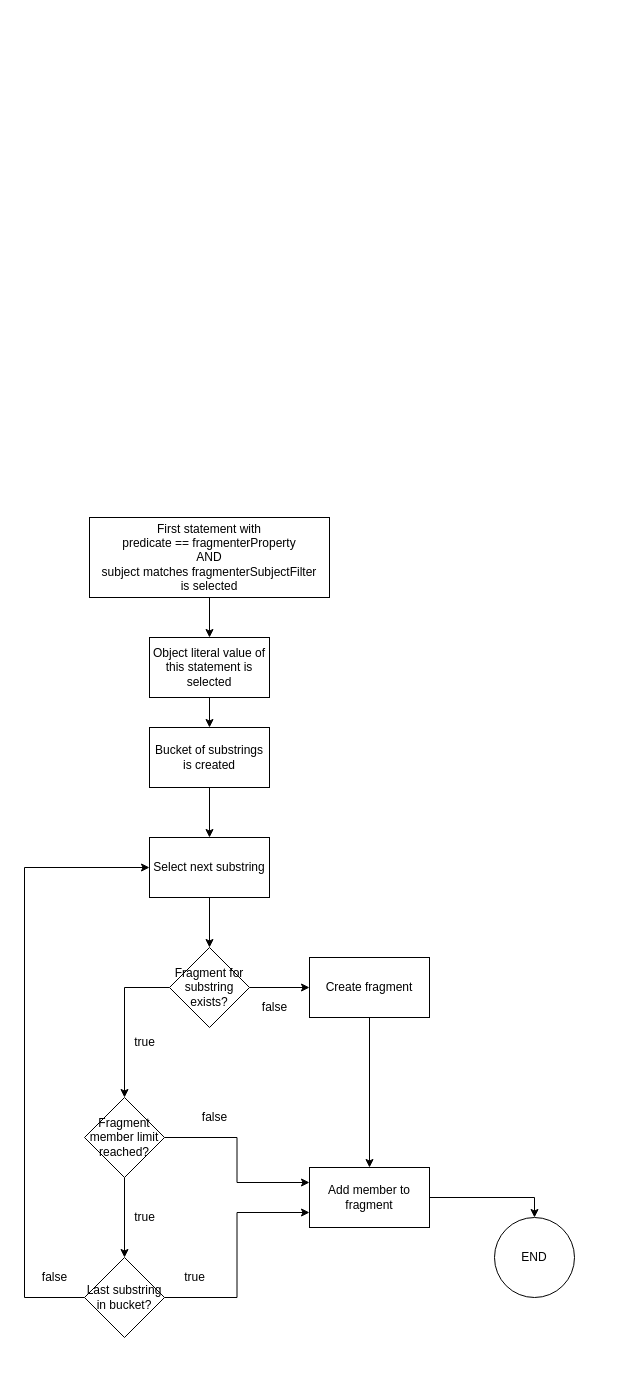
Earlier version of the draw.io diagram ldes-fragmentisers/ldes-fragmentisers-substring/content/substring_algorithm.drawio (Informatievlaanderen/VSDS-LDESServer4J). Source tidied: cells renumbered, new cells numbered last; positions are measured from the earlier drawing's top-left corner, leaving out a move shared by most shapes. Both pictures are drawn from the tidied source at 100%, with x=0, y=0 at pixel (24, 517).
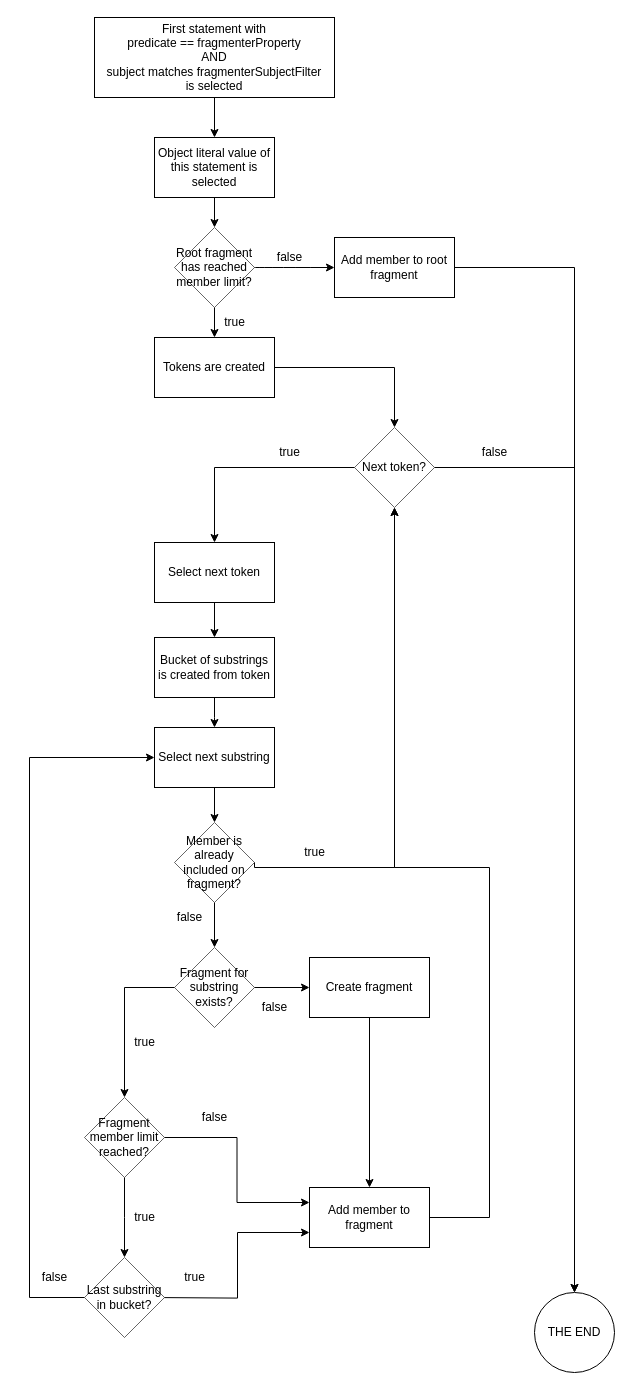
The same page after the edit.

Commit message (it also covers changes not shown here):
Update algorithm graph

Change to the diagram source:
```diff
@@
     <mxCell id="3" value="&lt;div&gt;First statement with &lt;br&gt;&lt;/div&gt;&lt;div&gt;predicate == fragmenterProperty&lt;/div&gt;&lt;div&gt;AND&lt;/div&gt;&lt;div&gt;subject matches fragmenterSubjectFilter&lt;/div&gt;&lt;div&gt;is selected&lt;br&gt;&lt;/div&gt;" style="rounded=0;whiteSpace=wrap;html=1;" parent="1" vertex="1">
-      <mxGeometry x="65" width="240" height="80" as="geometry" />
+      <mxGeometry x="70" y="-500" width="240" height="80" as="geometry" />
     </mxCell>
-    <mxCell id="4" style="edgeStyle=orthogonalEdgeStyle;rounded=0;jettySize=auto;html=1;" parent="1" edge="1" source="5" target="7">
-      <mxGeometry relative="1" as="geometry" />
-    </mxCell>
+    <mxCell id="30" style="edgeStyle=orthogonalEdgeStyle;rounded=0;jettySize=auto;html=1;" parent="1" edge="1" source="5" target="41">
+      <mxGeometry relative="1" as="geometry" />
+    </mxCell>
     <mxCell id="5" value="Object literal value of this statement is selected" style="rounded=0;whiteSpace=wrap;html=1;" parent="1" vertex="1">
-      <mxGeometry x="125" y="120" width="120" height="60" as="geometry" />
+      <mxGeometry x="130" y="-380" width="120" height="60" as="geometry" />
     </mxCell>
-    <mxCell id="6" style="edgeStyle=orthogonalEdgeStyle;rounded=0;jettySize=auto;html=1;" parent="1" edge="1" source="7" target="9">
-      <mxGeometry relative="1" as="geometry" />
-    </mxCell>
+    <mxCell id="31" style="edgeStyle=orthogonalEdgeStyle;rounded=0;jettySize=auto;html=1;" parent="1" edge="1" source="7">
+      <mxGeometry relative="1" as="geometry">
+        <mxPoint x="190" y="210" as="targetPoint" />
+      </mxGeometry>
+    </mxCell>
-    <mxCell id="7" value="Bucket of substrings is created" style="rounded=0;whiteSpace=wrap;html=1;" parent="1" vertex="1">
-      <mxGeometry x="125" y="210" width="120" height="60" as="geometry" />
+    <mxCell id="7" value="Bucket of substrings is created from token" style="rounded=0;whiteSpace=wrap;html=1;" parent="1" vertex="1">
+      <mxGeometry x="130" y="120" width="120" height="60" as="geometry" />
     </mxCell>
-    <mxCell id="8" style="edgeStyle=orthogonalEdgeStyle;rounded=0;jettySize=auto;html=1;" parent="1" edge="1" source="9" target="12">
-      <mxGeometry relative="1" as="geometry" />
-    </mxCell>
+    <mxCell id="32" style="edgeStyle=orthogonalEdgeStyle;rounded=0;jettySize=auto;html=1;" parent="1" edge="1" source="9" target="53">
+      <mxGeometry relative="1" as="geometry" />
+    </mxCell>
     <mxCell id="9" value="Select next substring" style="rounded=0;whiteSpace=wrap;html=1;" parent="1" vertex="1">
-      <mxGeometry x="125" y="320" width="120" height="60" as="geometry" />
+      <mxGeometry x="130" y="210" width="120" height="60" as="geometry" />
     </mxCell>
@@
-    <mxCell id="12" value="Fragment for substring exists?" style="rhombus;whiteSpace=wrap;html=1;rounded=0;" parent="1" vertex="1">
-      <mxGeometry x="145" y="430" width="80" height="80" as="geometry" />
+    <mxCell id="12" value="Fragment for substring exists?" style="rhombus;whiteSpace=wrap;html=1;rounded=0;opacity=60;" parent="1" vertex="1">
+      <mxGeometry x="150" y="430" width="80" height="80" as="geometry" />
     </mxCell>
@@
-    <mxCell id="14" style="edgeStyle=orthogonalEdgeStyle;rounded=0;jettySize=auto;html=1;" parent="1" edge="1" source="16" target="19">
-      <mxGeometry relative="1" as="geometry" />
+    <mxCell id="14" style="edgeStyle=orthogonalEdgeStyle;rounded=0;jettySize=auto;html=1;" parent="1" edge="1" source="16">
+      <mxGeometry relative="1" as="geometry">
+        <mxPoint x="100" y="740" as="targetPoint" />
+      </mxGeometry>
     </mxCell>
@@
-    <mxCell id="16" value="Fragment member limit reached?" style="rhombus;whiteSpace=wrap;html=1;" parent="1" vertex="1">
+    <mxCell id="16" value="Fragment member limit reached?" style="rhombus;whiteSpace=wrap;html=1;opacity=60;" parent="1" vertex="1">
       <mxGeometry x="60" y="580" width="80" height="80" as="geometry" />
     </mxCell>
-    <mxCell id="17" style="edgeStyle=orthogonalEdgeStyle;rounded=0;jettySize=auto;html=1;entryX=0;entryY=0.75;entryDx=0;entryDy=0;" parent="1" edge="1" source="19" target="26">
-      <mxGeometry relative="1" as="geometry" />
+    <mxCell id="17" style="edgeStyle=orthogonalEdgeStyle;rounded=0;jettySize=auto;html=1;entryX=0;entryY=0.75;entryDx=0;entryDy=0;" parent="1" edge="1" target="26">
+      <mxGeometry relative="1" as="geometry">
+        <mxPoint x="139.9" y="780.1" as="sourcePoint" />
+      </mxGeometry>
     </mxCell>
-    <mxCell id="18" style="edgeStyle=orthogonalEdgeStyle;rounded=0;jettySize=auto;html=1;entryX=0;entryY=0.5;entryDx=0;entryDy=0;" parent="1" edge="1" source="19" target="9">
+    <mxCell id="18" style="edgeStyle=orthogonalEdgeStyle;rounded=0;jettySize=auto;html=1;entryX=0;entryY=0.5;entryDx=0;entryDy=0;exitX=0;exitY=0.5;exitDx=0;exitDy=0;" parent="1" edge="1" source="19" target="9">
       <mxGeometry relative="1" as="geometry">
         <Array as="points">
-          <mxPoint y="780" />
-          <mxPoint y="350" />
+          <mxPoint x="5" y="780" />
+          <mxPoint x="5" y="240" />
         </Array>
       </mxGeometry>
     </mxCell>
-    <mxCell id="19" value="Last substring in bucket?" style="rhombus;whiteSpace=wrap;html=1;" parent="1" vertex="1">
+    <mxCell id="19" value="Last substring in bucket?" style="rhombus;whiteSpace=wrap;html=1;opacity=60;" parent="1" vertex="1">
       <mxGeometry x="60" y="740" width="80" height="80" as="geometry" />
     </mxCell>
@@
-    <mxCell id="22" value="END" style="ellipse;whiteSpace=wrap;html=1;" parent="1" vertex="1">
-      <mxGeometry x="470" y="700" width="80" height="80" as="geometry" />
-    </mxCell>
@@
-    <mxCell id="25" style="edgeStyle=orthogonalEdgeStyle;rounded=0;jettySize=auto;html=1;entryX=0.5;entryY=0;entryDx=0;entryDy=0;" parent="1" edge="1" source="26" target="22">
-      <mxGeometry relative="1" as="geometry" />
-    </mxCell>
+    <mxCell id="33" style="edgeStyle=orthogonalEdgeStyle;rounded=0;jettySize=auto;html=1;exitX=1;exitY=0.5;exitDx=0;exitDy=0;entryX=0.5;entryY=1;entryDx=0;entryDy=0;" parent="1" edge="1" source="26" target="38">
+      <mxGeometry relative="1" as="geometry">
+        <Array as="points">
+          <mxPoint x="465" y="700" />
+          <mxPoint x="465" y="350" />
+          <mxPoint x="370" y="350" />
+        </Array>
+      </mxGeometry>
+    </mxCell>
     <mxCell id="26" value="Add member to fragment" style="whiteSpace=wrap;html=1;" parent="1" vertex="1">
-      <mxGeometry x="285" y="650" width="120" height="60" as="geometry" />
+      <mxGeometry x="285" y="670" width="120" height="60" as="geometry" />
     </mxCell>
@@
+    <mxCell id="34" style="edgeStyle=orthogonalEdgeStyle;rounded=0;jettySize=auto;html=1;" parent="1" edge="1" source="35" target="38">
+      <mxGeometry relative="1" as="geometry" />
+    </mxCell>
+    <mxCell id="35" value="Tokens are created" style="whiteSpace=wrap;html=1;" parent="1" vertex="1">
+      <mxGeometry x="130" y="-180" width="120" height="60" as="geometry" />
+    </mxCell>
+    <mxCell id="36" style="edgeStyle=orthogonalEdgeStyle;rounded=0;jettySize=auto;html=1;exitX=1;exitY=0.5;exitDx=0;exitDy=0;entryX=0.5;entryY=0;entryDx=0;entryDy=0;" parent="1" edge="1" source="38" target="46">
+      <mxGeometry relative="1" as="geometry" />
+    </mxCell>
+    <mxCell id="37" style="edgeStyle=orthogonalEdgeStyle;rounded=0;jettySize=auto;html=1;" parent="1" edge="1" source="38" target="48">
+      <mxGeometry relative="1" as="geometry" />
+    </mxCell>
+    <mxCell id="38" value="Next token?" style="rhombus;whiteSpace=wrap;html=1;opacity=60;" parent="1" vertex="1">
+      <mxGeometry x="330" y="-90" width="80" height="80" as="geometry" />
+    </mxCell>
+    <mxCell id="39" style="edgeStyle=orthogonalEdgeStyle;rounded=0;jettySize=auto;html=1;" parent="1" edge="1" source="41" target="35">
+      <mxGeometry relative="1" as="geometry" />
+    </mxCell>
+    <mxCell id="40" style="edgeStyle=orthogonalEdgeStyle;curved=1;jettySize=auto;html=1;exitX=1;exitY=0.5;exitDx=0;exitDy=0;entryX=0;entryY=0.5;entryDx=0;entryDy=0;" parent="1" edge="1" source="41" target="50">
+      <mxGeometry relative="1" as="geometry" />
+    </mxCell>
+    <mxCell id="41" value="&lt;div&gt;Root fragment has reached member limit?&lt;br&gt;&lt;/div&gt;" style="rhombus;whiteSpace=wrap;html=1;opacity=60;" parent="1" vertex="1">
+      <mxGeometry x="150" y="-290" width="80" height="80" as="geometry" />
+    </mxCell>
+    <mxCell id="42" value="true" style="text;html=1;align=center;verticalAlign=middle;strokeColor=none;fillColor=none;" parent="1" vertex="1">
+      <mxGeometry x="190" y="-210" width="40" height="30" as="geometry" />
+    </mxCell>
+    <mxCell id="43" value="false" style="text;html=1;align=center;verticalAlign=middle;strokeColor=none;fillColor=none;" parent="1" vertex="1">
+      <mxGeometry x="240" y="-275" width="50" height="30" as="geometry" />
+    </mxCell>
+    <mxCell id="44" value="&lt;div&gt;true&lt;/div&gt;" style="text;html=1;align=center;verticalAlign=middle;strokeColor=none;fillColor=none;" parent="1" vertex="1">
+      <mxGeometry x="245" y="-80" width="40" height="30" as="geometry" />
+    </mxCell>
+    <mxCell id="45" value="&lt;div&gt;false&lt;/div&gt;" style="text;html=1;align=center;verticalAlign=middle;strokeColor=none;fillColor=none;" parent="1" vertex="1">
+      <mxGeometry x="445" y="-80" width="50" height="30" as="geometry" />
+    </mxCell>
+    <mxCell id="46" value="&lt;div&gt;THE END&lt;br&gt;&lt;/div&gt;" style="ellipse;whiteSpace=wrap;html=1;" parent="1" vertex="1">
+      <mxGeometry x="510" y="775" width="80" height="80" as="geometry" />
+    </mxCell>
+    <mxCell id="47" style="edgeStyle=orthogonalEdgeStyle;rounded=0;jettySize=auto;html=1;" parent="1" edge="1" source="48" target="7">
+      <mxGeometry relative="1" as="geometry" />
+    </mxCell>
+    <mxCell id="48" value="Select next token" style="whiteSpace=wrap;html=1;" parent="1" vertex="1">
+      <mxGeometry x="130" y="25" width="120" height="60" as="geometry" />
+    </mxCell>
+    <mxCell id="49" style="edgeStyle=orthogonalEdgeStyle;jettySize=auto;html=1;exitX=1;exitY=0.5;exitDx=0;exitDy=0;rounded=0;" parent="1" edge="1" source="50" target="46">
+      <mxGeometry relative="1" as="geometry" />
+    </mxCell>
+    <mxCell id="50" value="Add member to root fragment" style="whiteSpace=wrap;html=1;" parent="1" vertex="1">
+      <mxGeometry x="310" y="-280" width="120" height="60" as="geometry" />
+    </mxCell>
+    <mxCell id="51" style="edgeStyle=orthogonalEdgeStyle;rounded=0;jettySize=auto;html=1;" parent="1" edge="1" source="53" target="12">
+      <mxGeometry relative="1" as="geometry" />
+    </mxCell>
+    <mxCell id="52" style="edgeStyle=orthogonalEdgeStyle;rounded=0;jettySize=auto;html=1;exitX=1;exitY=0.5;exitDx=0;exitDy=0;" parent="1" edge="1" source="53" target="38">
+      <mxGeometry relative="1" as="geometry">
+        <Array as="points">
+          <mxPoint x="230" y="350" />
+          <mxPoint x="370" y="350" />
+        </Array>
+      </mxGeometry>
+    </mxCell>
+    <mxCell id="53" value="Member is already included on fragment?" style="rhombus;whiteSpace=wrap;html=1;fillStyle=auto;opacity=60;" parent="1" vertex="1">
+      <mxGeometry x="150" y="305" width="80" height="80" as="geometry" />
+    </mxCell>
+    <mxCell id="54" value="&lt;div&gt;false&lt;/div&gt;" style="text;html=1;align=center;verticalAlign=middle;strokeColor=none;fillColor=none;" parent="1" vertex="1">
+      <mxGeometry x="140" y="385" width="50" height="30" as="geometry" />
+    </mxCell>
+    <mxCell id="55" value="true" style="text;html=1;align=center;verticalAlign=middle;strokeColor=none;fillColor=none;" parent="1" vertex="1">
+      <mxGeometry x="270" y="320" width="40" height="30" as="geometry" />
+    </mxCell>
```
